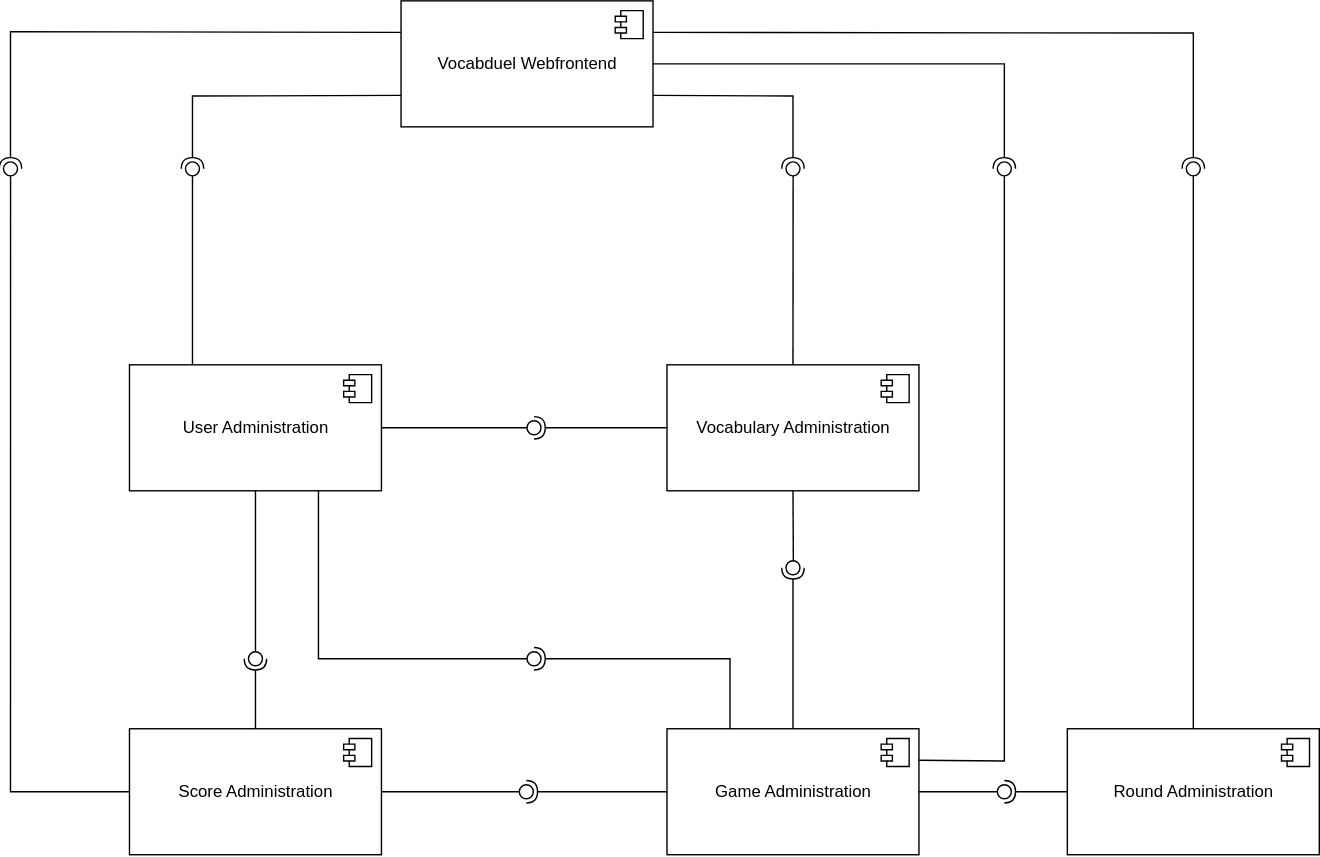
Above: components_diagram.svg in lucaslar/htw-kba-gr7-vocabduel-monorepo (draw.io), before the change. Source tidied: cells renumbered, new cells last; positions are measured from the earlier drawing's top-left corner, leaving out a move shared by most shapes.
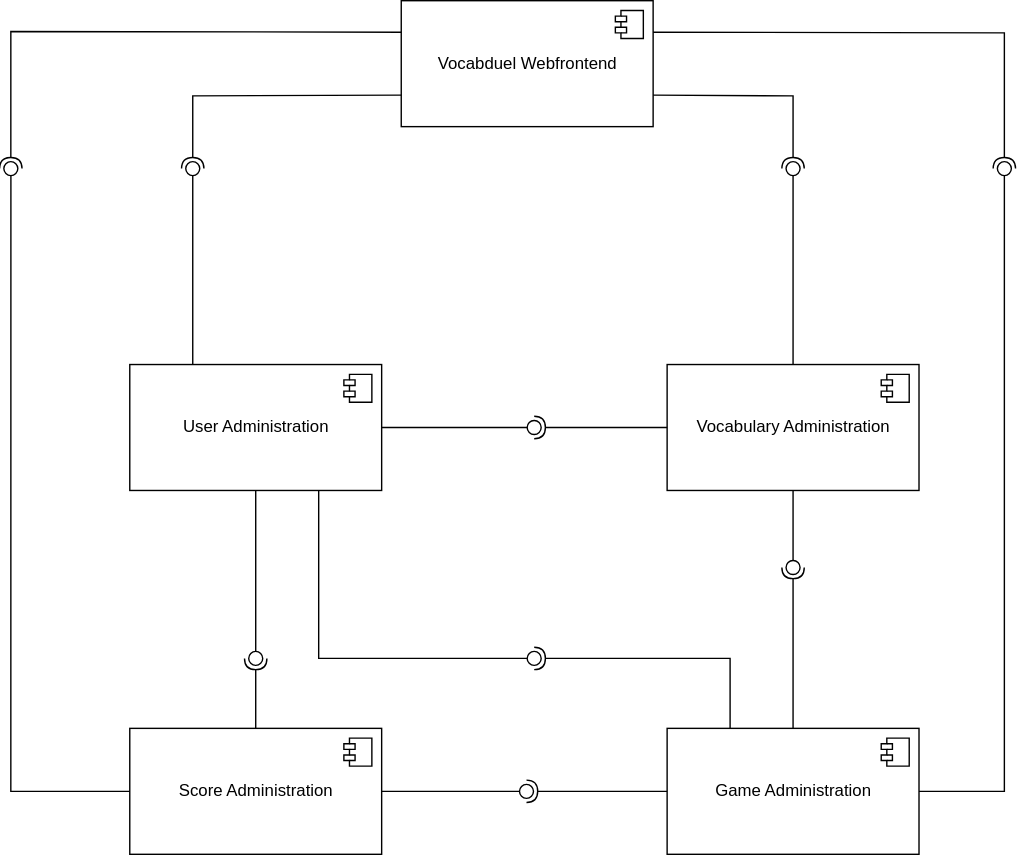
Above is the later version.

Diff of the diagram source:
```diff
@@ -55,17 +55,17 @@
     <mxCell id="14" style="ellipse;whiteSpace=wrap;html=1;fontFamily=Helvetica;fontSize=12;fontColor=#000000;align=center;strokeColor=#000000;fillColor=#ffffff;points=[];" parent="1" vertex="1">
       <mxGeometry x="130" y="115" width="10" height="10" as="geometry" />
     </mxCell>
-    <mxCell id="15" style="rounded=0;jettySize=auto;html=1;endArrow=none;endFill=0;exitX=1;exitY=0.25;exitDx=0;exitDy=0;" parent="1" edge="1" source="6" target="17">
+    <mxCell id="15" style="rounded=0;jettySize=auto;html=1;endArrow=none;endFill=0;exitX=1;exitY=0.5;exitDx=0;exitDy=0;" parent="1" edge="1" source="6" target="17">
       <mxGeometry relative="1" as="geometry">
         <Array as="points">
-          <mxPoint x="715" y="543" />
+          <mxPoint x="715" y="565" />
         </Array>
       </mxGeometry>
     </mxCell>
-    <mxCell id="16" style="rounded=0;jettySize=auto;html=1;endArrow=halfCircle;endFill=0;entryX=0.5;entryY=0.5;entryDx=0;entryDy=0;endSize=6;strokeWidth=1;exitX=1;exitY=0.5;exitDx=0;exitDy=0;" parent="1" edge="1" source="8" target="17">
+    <mxCell id="16" style="rounded=0;jettySize=auto;html=1;endArrow=halfCircle;endFill=0;entryX=0.5;entryY=0.5;entryDx=0;entryDy=0;endSize=6;strokeWidth=1;exitX=1;exitY=0.25;exitDx=0;exitDy=0;" parent="1" edge="1" source="8" target="17">
       <mxGeometry relative="1" as="geometry">
         <Array as="points">
-          <mxPoint x="715" y="45" />
+          <mxPoint x="715" y="23" />
         </Array>
       </mxGeometry>
     </mxCell>
@@ -146,36 +146,6 @@
     <mxCell id="35" style="ellipse;whiteSpace=wrap;html=1;fontFamily=Helvetica;fontSize=12;fontColor=#000000;align=center;strokeColor=#000000;fillColor=#ffffff;points=[];" parent="1" vertex="1">
       <mxGeometry x="374" y="300" width="10" height="10" as="geometry" />
     </mxCell>
-    <mxCell id="36" value="Round Administration" style="html=1;" parent="1" vertex="1">
-      <mxGeometry x="760" y="520" width="180" height="90" as="geometry" />
-    </mxCell>
-    <mxCell id="37" style="shape=module;jettyWidth=8;jettyHeight=4;" parent="36" vertex="1">
-      <mxGeometry x="1" width="20" height="20" relative="1" as="geometry">
-        <mxPoint x="-27" y="7" as="offset" />
-      </mxGeometry>
-    </mxCell>
-    <mxCell id="38" style="rounded=0;jettySize=auto;html=1;endArrow=none;endFill=0;exitX=0.5;exitY=0;exitDx=0;exitDy=0;" parent="1" edge="1" source="36" target="40">
-      <mxGeometry relative="1" as="geometry" />
-    </mxCell>
-    <mxCell id="39" style="rounded=0;jettySize=auto;html=1;endArrow=halfCircle;endFill=0;entryX=0.5;entryY=0.5;entryDx=0;entryDy=0;endSize=6;strokeWidth=1;exitX=1;exitY=0.25;exitDx=0;exitDy=0;" parent="1" edge="1" source="8" target="40">
-      <mxGeometry relative="1" as="geometry">
-        <Array as="points">
-          <mxPoint x="850" y="23" />
-        </Array>
-      </mxGeometry>
-    </mxCell>
-    <mxCell id="40" style="ellipse;whiteSpace=wrap;html=1;fontFamily=Helvetica;fontSize=12;fontColor=#000000;align=center;strokeColor=#000000;fillColor=#ffffff;points=[];" parent="1" vertex="1">
-      <mxGeometry x="845" y="115" width="10" height="10" as="geometry" />
-    </mxCell>
-    <mxCell id="41" style="rounded=0;jettySize=auto;html=1;endArrow=none;endFill=0;exitX=1;exitY=0.5;exitDx=0;exitDy=0;" parent="1" edge="1" source="6" target="43">
-      <mxGeometry relative="1" as="geometry" />
-    </mxCell>
-    <mxCell id="42" style="rounded=0;jettySize=auto;html=1;endArrow=halfCircle;endFill=0;entryX=0.5;entryY=0.5;entryDx=0;entryDy=0;endSize=6;strokeWidth=1;exitX=0;exitY=0.5;exitDx=0;exitDy=0;" parent="1" edge="1" source="36" target="43">
-      <mxGeometry relative="1" as="geometry" />
-    </mxCell>
-    <mxCell id="43" style="ellipse;whiteSpace=wrap;html=1;fontFamily=Helvetica;fontSize=12;fontColor=#000000;align=center;strokeColor=#000000;fillColor=#ffffff;points=[];" parent="1" vertex="1">
-      <mxGeometry x="710" y="560" width="10" height="10" as="geometry" />
-    </mxCell>
     <mxCell id="44" style="rounded=0;jettySize=auto;html=1;endArrow=none;endFill=0;exitX=0.5;exitY=0;exitDx=0;exitDy=0;" parent="1" edge="1" source="4" target="46">
       <mxGeometry relative="1" as="geometry" />
     </mxCell>
```
